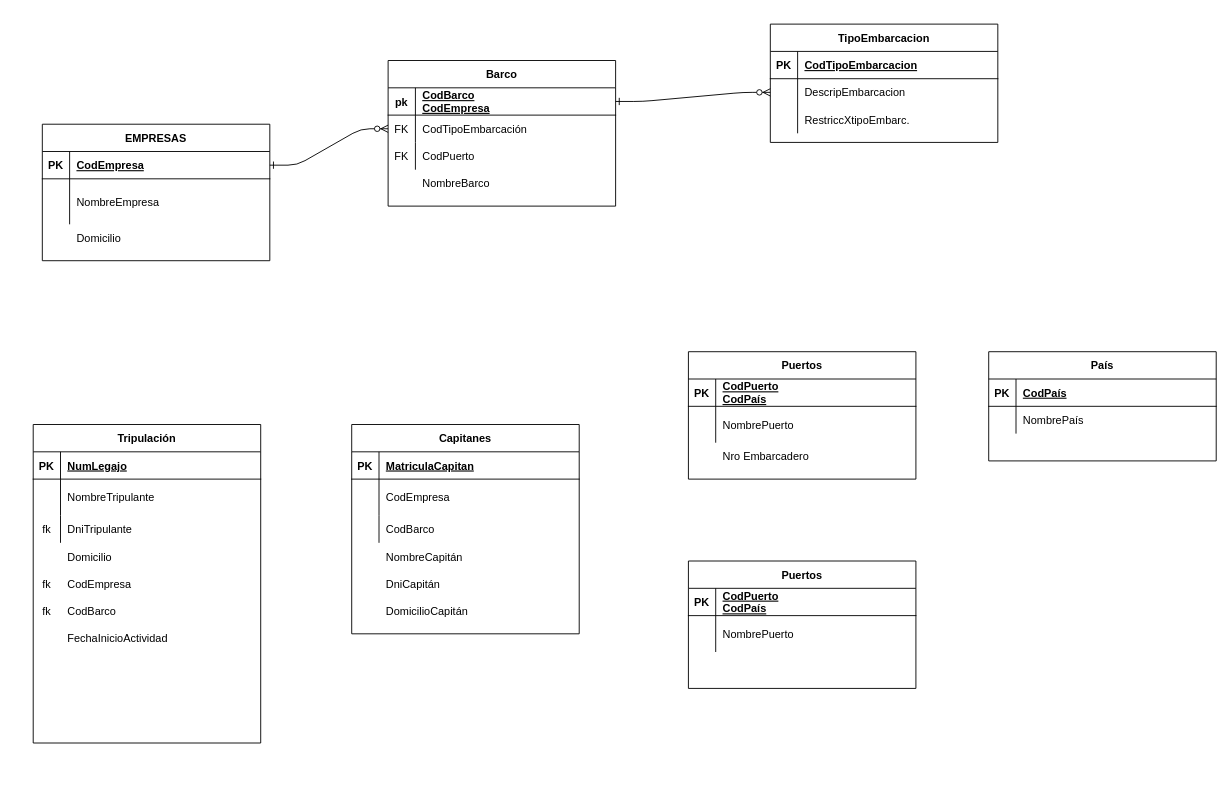
Before: Untitled Diagram.drawio in CristianIglesias/Disenio_y_Admin_BD, a draw.io diagram. Source tidied: cells renumbered, new cells numbered last; positions are measured from the earlier drawing's top-left corner, leaving out a move shared by most shapes. Both pictures are drawn from the tidied source at 91%, with x=0, y=0 at pixel (33, 24).
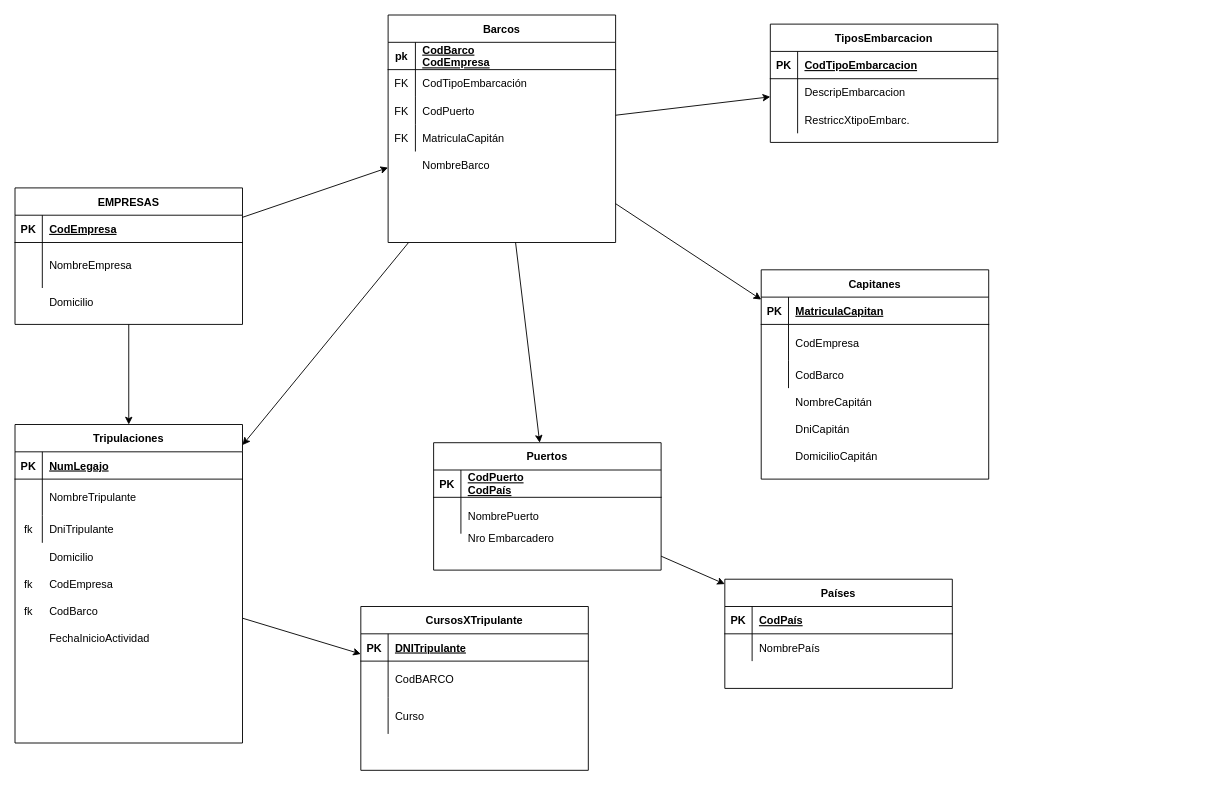
After the change.

Unchanged cells that the change refers to:
```xml
<mxCell id="5" style="shape=partialRectangle;fillColor=none;points=[[0,0.5],[1,0.5]];portConstraint=eastwest;top=0;left=0;right=0;bottom=1;" parent="4" vertex="1">
  <mxGeometry y="30" width="250" height="30" as="geometry" />
</mxCell>
<mxCell id="8" style="shape=partialRectangle;fillColor=none;points=[[0,0.5],[1,0.5]];portConstraint=eastwest;top=0;left=0;right=0;bottom=0;" parent="4" vertex="1">
  <mxGeometry y="60" width="250" height="30" as="geometry" />
</mxCell>
<mxCell id="18" style="shape=partialRectangle;fillColor=none;points=[[0,0.5],[1,0.5]];portConstraint=eastwest;top=0;left=0;right=0;bottom=0;" parent="14" vertex="1">
  <mxGeometry y="60" width="250" height="30" as="geometry" />
</mxCell>
<mxCell id="25" style="shape=partialRectangle;fillColor=none;points=[[0,0.5],[1,0.5]];portConstraint=eastwest;top=0;left=0;right=0;bottom=1;" parent="24" vertex="1">
  <mxGeometry y="30" width="250" height="30" as="geometry" />
</mxCell>
<mxCell id="92" style="shape=partialRectangle;fillColor=none;top=0;left=0;right=0;bottom=1;" parent="91" vertex="1">
  <mxGeometry y="30" width="250" height="30" as="geometry" />
</mxCell>
<mxCell id="95" style="shape=partialRectangle;fillColor=none;top=0;left=0;right=0;bottom=0;" parent="91" vertex="1">
  <mxGeometry y="60" width="250" height="40" as="geometry" />
</mxCell>
```

Change to the diagram source:
```diff
@@
-    <mxCell id="2" style="edgeStyle=entityRelationEdgeStyle;endArrow=ERzeroToMany;startArrow=ERone;endFill=1;startFill=0;" parent="1" edge="1" source="25" target="8">
-      <mxGeometry relative="1" as="geometry" />
-    </mxCell>
-    <mxCell id="3" style="edgeStyle=entityRelationEdgeStyle;endArrow=ERzeroToMany;startArrow=ERone;endFill=1;startFill=0;" parent="1" edge="1" source="5" target="18">
-      <mxGeometry relative="1" as="geometry" />
-    </mxCell>
-    <mxCell id="4" value="Barco" style="shape=table;startSize=30;childLayout=tableLayout;rowLines=0;fontStyle=1;align=center;" parent="1" vertex="1">
-      <mxGeometry x="390" y="40" width="250" height="160" as="geometry" />
+    <mxCell id="4" value="Barcos" style="shape=table;startSize=30;childLayout=tableLayout;rowLines=0;fontStyle=1;align=center;" parent="1" vertex="1">
+      <mxGeometry x="390" y="-10" width="250" height="250" as="geometry" />
     </mxCell>
@@
+    <mxCell id="98" style="shape=partialRectangle;fillColor=none;top=0;left=0;right=0;bottom=0;" parent="4" vertex="1">
+      <mxGeometry y="120" width="250" height="30" as="geometry" />
+    </mxCell>
+    <mxCell id="99" value="FK" style="shape=partialRectangle;overflow=hidden;fillColor=none;top=0;left=0;bottom=0;right=0;" parent="98" vertex="1">
+      <mxGeometry width="30" height="30" as="geometry" />
+    </mxCell>
+    <mxCell id="100" value="MatriculaCapitán" style="shape=partialRectangle;overflow=hidden;fillColor=none;top=0;left=0;bottom=0;right=0;align=left;spacingLeft=6;" parent="98" vertex="1">
+      <mxGeometry x="30" width="220" height="30" as="geometry" />
+    </mxCell>
-    <mxCell id="14" value="TipoEmbarcacion" style="shape=table;startSize=30;childLayout=tableLayout;rowLines=0;fontStyle=1;align=center;" parent="1" vertex="1">
+    <mxCell id="14" value="TiposEmbarcacion" style="shape=table;startSize=30;childLayout=tableLayout;rowLines=0;fontStyle=1;align=center;" parent="1" vertex="1">
       <mxGeometry x="810" width="250" height="130" as="geometry" />
     </mxCell>
@@
     <mxCell id="24" value="EMPRESAS" style="shape=table;startSize=30;childLayout=tableLayout;rowLines=0;fontStyle=1;align=center;" parent="1" vertex="1">
-      <mxGeometry x="10" y="110" width="250" height="150" as="geometry" />
+      <mxGeometry x="-20" y="180" width="250" height="150" as="geometry" />
     </mxCell>
@@
     <mxCell id="31" value="Domicilio" style="shape=partialRectangle;overflow=hidden;fillColor=none;top=0;left=0;bottom=0;right=0;align=left;spacingLeft=6;" parent="1" vertex="1">
-      <mxGeometry x="40" y="210" width="220" height="50" as="geometry" />
+      <mxGeometry x="10" y="280" width="220" height="50" as="geometry" />
     </mxCell>
     <mxCell id="32" value="NombreBarco" style="shape=partialRectangle;overflow=hidden;fillColor=none;top=0;left=0;bottom=0;right=0;align=left;spacingLeft=6;" parent="1" vertex="1">
-      <mxGeometry x="420" y="160" width="220" height="30" as="geometry" />
+      <mxGeometry x="420" y="140" width="220" height="30" as="geometry" />
     </mxCell>
-    <mxCell id="33" value="Tripulación" style="shape=table;startSize=30;childLayout=tableLayout;rowLines=0;fontStyle=1;align=center;" parent="1" vertex="1">
-      <mxGeometry y="440" width="250" height="350" as="geometry" />
+    <mxCell id="33" value="Tripulaciones" style="shape=table;startSize=30;childLayout=tableLayout;rowLines=0;fontStyle=1;align=center;" parent="1" vertex="1">
+      <mxGeometry x="-20" y="440" width="250" height="350" as="geometry" />
     </mxCell>
@@
     <mxCell id="43" style="shape=partialRectangle;fillColor=none;top=0;left=0;right=0;bottom=0;" parent="1" vertex="1">
-      <mxGeometry y="570" width="250" height="30" as="geometry" />
+      <mxGeometry x="-20" y="570" width="250" height="30" as="geometry" />
     </mxCell>
@@
     <mxCell id="46" style="shape=partialRectangle;fillColor=none;top=0;left=0;right=0;bottom=0;" parent="1" vertex="1">
-      <mxGeometry y="600" width="250" height="30" as="geometry" />
+      <mxGeometry x="-20" y="600" width="250" height="30" as="geometry" />
     </mxCell>
@@
     <mxCell id="49" style="shape=partialRectangle;fillColor=none;top=0;left=0;right=0;bottom=0;" parent="1" vertex="1">
-      <mxGeometry y="630" width="250" height="30" as="geometry" />
+      <mxGeometry x="-20" y="630" width="250" height="30" as="geometry" />
     </mxCell>
@@
     <mxCell id="52" style="shape=partialRectangle;fillColor=none;top=0;left=0;right=0;bottom=0;" parent="1" vertex="1">
-      <mxGeometry y="660" width="250" height="30" as="geometry" />
+      <mxGeometry x="-20" y="660" width="250" height="30" as="geometry" />
     </mxCell>
@@
     <mxCell id="55" value="Capitanes" style="shape=table;startSize=30;childLayout=tableLayout;rowLines=0;fontStyle=1;align=center;" parent="1" vertex="1">
-      <mxGeometry x="350" y="440" width="250" height="230" as="geometry" />
+      <mxGeometry x="800" y="270" width="250" height="230" as="geometry" />
     </mxCell>
@@
     <mxCell id="65" value="Puertos" style="shape=table;startSize=30;childLayout=tableLayout;rowLines=0;fontStyle=1;align=center;" parent="1" vertex="1">
-      <mxGeometry x="720" y="360" width="250" height="140" as="geometry" />
+      <mxGeometry x="440" y="460" width="250" height="140" as="geometry" />
     </mxCell>
@@
-    <mxCell id="72" value="País" style="shape=table;startSize=30;childLayout=tableLayout;rowLines=0;fontStyle=1;align=center;" parent="1" vertex="1">
-      <mxGeometry x="1050" y="360" width="250" height="120" as="geometry" />
+    <mxCell id="72" value="Países" style="shape=table;startSize=30;childLayout=tableLayout;rowLines=0;fontStyle=1;align=center;" parent="1" vertex="1">
+      <mxGeometry x="760" y="610" width="250" height="120" as="geometry" />
     </mxCell>
@@
     <mxCell id="79" style="shape=partialRectangle;fillColor=none;top=0;left=0;right=0;bottom=0;" parent="1" vertex="1">
-      <mxGeometry x="720" y="460" width="250" height="30" as="geometry" />
+      <mxGeometry x="440" y="550" width="250" height="30" as="geometry" />
     </mxCell>
@@
     <mxCell id="82" style="shape=partialRectangle;fillColor=none;top=0;left=0;right=0;bottom=0;" parent="1" vertex="1">
-      <mxGeometry x="350" y="570" width="250" height="30" as="geometry" />
+      <mxGeometry x="800" y="400" width="250" height="30" as="geometry" />
     </mxCell>
@@
     <mxCell id="85" style="shape=partialRectangle;fillColor=none;top=0;left=0;right=0;bottom=0;" parent="1" vertex="1">
-      <mxGeometry x="350" y="600" width="250" height="30" as="geometry" />
+      <mxGeometry x="800" y="430" width="250" height="30" as="geometry" />
     </mxCell>
@@
     <mxCell id="88" style="shape=partialRectangle;fillColor=none;top=0;left=0;right=0;bottom=0;" parent="1" vertex="1">
-      <mxGeometry x="350" y="630" width="250" height="30" as="geometry" />
+      <mxGeometry x="800" y="460" width="250" height="30" as="geometry" />
     </mxCell>
@@
-    <mxCell id="91" value="Puertos" style="shape=table;startSize=30;childLayout=tableLayout;rowLines=0;fontStyle=1;align=center;" parent="1" vertex="1">
-      <mxGeometry x="720" y="590" width="250" height="140" as="geometry" />
+    <mxCell id="91" value="CursosXTripulante" style="shape=table;startSize=30;childLayout=tableLayout;rowLines=0;fontStyle=1;align=center;" parent="1" vertex="1">
+      <mxGeometry x="360" y="640" width="250" height="180" as="geometry" />
     </mxCell>
@@
-    <mxCell id="94" value="CodPuerto&#10;CodPaís" style="shape=partialRectangle;overflow=hidden;fillColor=none;top=0;left=0;bottom=0;right=0;align=left;spacingLeft=6;fontStyle=5;" parent="92" vertex="1">
+    <mxCell id="94" value="DNITripulante" style="shape=partialRectangle;overflow=hidden;fillColor=none;top=0;left=0;bottom=0;right=0;align=left;spacingLeft=6;fontStyle=5;" parent="92" vertex="1">
       <mxGeometry x="30" width="220" height="30" as="geometry" />
     </mxCell>
@@
-    <mxCell id="97" value="NombrePuerto" style="shape=partialRectangle;overflow=hidden;fillColor=none;top=0;left=0;bottom=0;right=0;align=left;spacingLeft=6;" parent="95" vertex="1">
+    <mxCell id="97" value="CodBARCO" style="shape=partialRectangle;overflow=hidden;fillColor=none;top=0;left=0;bottom=0;right=0;align=left;spacingLeft=6;" parent="95" vertex="1">
       <mxGeometry x="30" width="220" height="40" as="geometry" />
     </mxCell>
+    <mxCell id="101" style="shape=partialRectangle;fillColor=none;top=0;left=0;right=0;bottom=0;" parent="91" vertex="1">
+      <mxGeometry y="100" width="250" height="40" as="geometry" />
+    </mxCell>
+    <mxCell id="102" style="shape=partialRectangle;overflow=hidden;fillColor=none;top=0;left=0;bottom=0;right=0;" parent="101" vertex="1">
+      <mxGeometry width="30" height="40" as="geometry" />
+    </mxCell>
+    <mxCell id="103" value="Curso" style="shape=partialRectangle;overflow=hidden;fillColor=none;top=0;left=0;bottom=0;right=0;align=left;spacingLeft=6;" parent="101" vertex="1">
+      <mxGeometry x="30" width="220" height="40" as="geometry" />
+    </mxCell>
+    <mxCell id="104" style="endArrow=classic;html=1;" parent="1" edge="1" source="24" target="4">
+      <mxGeometry relative="1" as="geometry" />
+    </mxCell>
+    <mxCell id="105" style="endArrow=classic;html=1;" parent="1" edge="1" source="4" target="14">
+      <mxGeometry relative="1" as="geometry" />
+    </mxCell>
+    <mxCell id="106" style="endArrow=classic;html=1;" parent="1" edge="1" source="24" target="33">
+      <mxGeometry relative="1" as="geometry" />
+    </mxCell>
+    <mxCell id="107" style="endArrow=classic;html=1;" parent="1" edge="1" source="4" target="65">
+      <mxGeometry relative="1" as="geometry" />
+    </mxCell>
+    <mxCell id="108" style="endArrow=classic;html=1;" parent="1" edge="1" source="4" target="55">
+      <mxGeometry relative="1" as="geometry" />
+    </mxCell>
+    <mxCell id="109" style="endArrow=classic;html=1;" parent="1" edge="1" source="65" target="72">
+      <mxGeometry relative="1" as="geometry" />
+    </mxCell>
+    <mxCell id="110" style="endArrow=classic;html=1;" parent="1" edge="1" source="33" target="91">
+      <mxGeometry relative="1" as="geometry" />
+    </mxCell>
+    <mxCell id="111" style="endArrow=classic;html=1;" parent="1" edge="1" source="4" target="33">
+      <mxGeometry relative="1" as="geometry" />
+    </mxCell>
```
